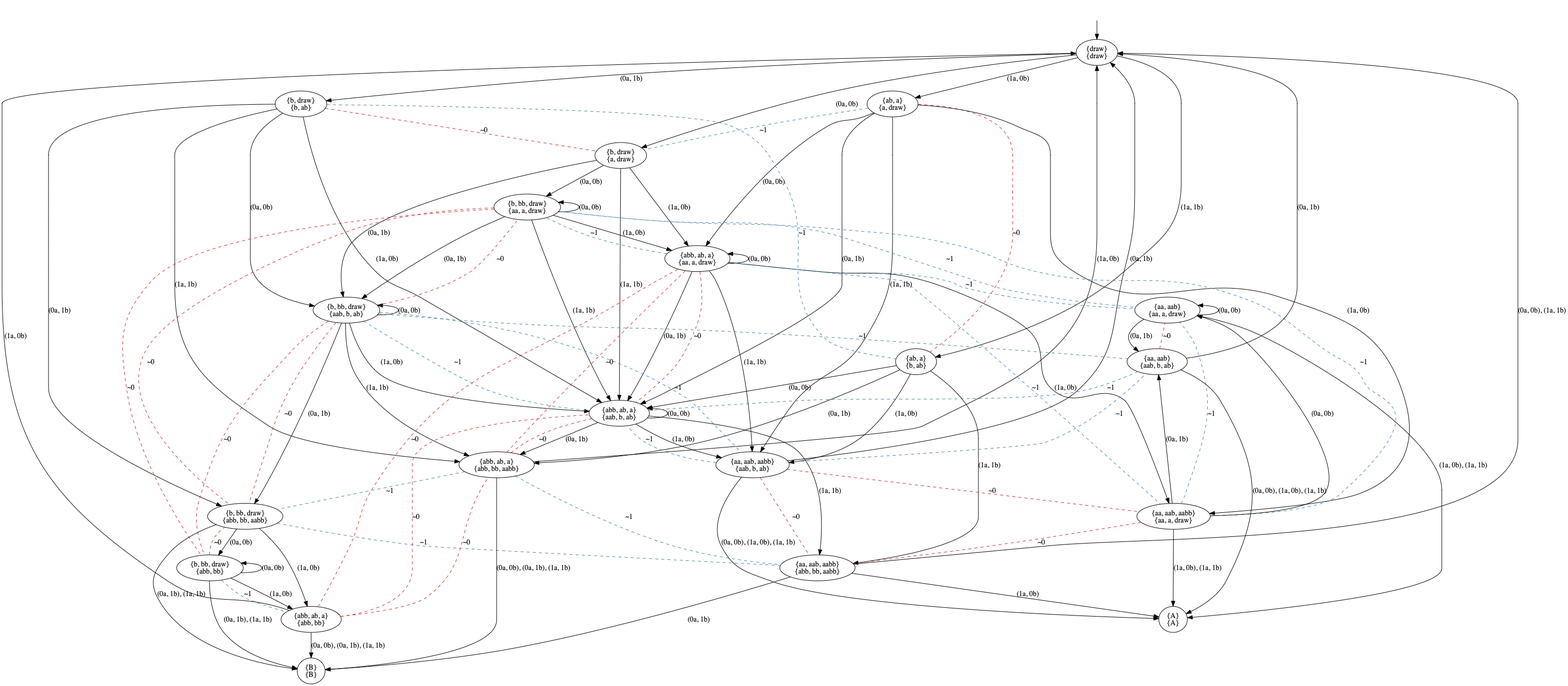
This is pictures/GK.png from olandr/mkbsc, a Graphviz export, as it was before one commit. Its source is kept beside it as pictures/GK.dot.
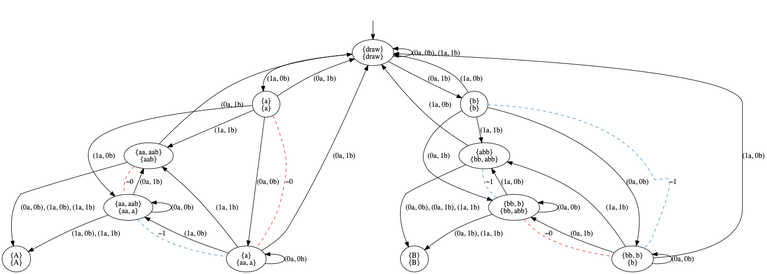
The same file after the commit.

What changed in the source:
```diff
@@ -3,121 +3,52 @@
 nodesep=0.5;
 ranksep=0.5;
 splines=True;
-4498265256 [label="{draw}\n{draw}"];
-4498265312 [label="{b, draw}\n{a, draw}"];
-4498264752 [label="{ab, a}\n{a, draw}"];
-4498265984 [label="{b, draw}\n{b, ab}"];
-4498266488 [label="{ab, a}\n{b, ab}"];
-4498214984 [label="{b, bb, draw}\n{aa, a, draw}"];
-4498215208 [label="{abb, ab, a}\n{aa, a, draw}"];
-4498215432 [label="{b, bb, draw}\n{aab, b, ab}"];
-4498215656 [label="{abb, ab, a}\n{aab, b, ab}"];
-4498215992 [label="{aa, aab, aabb}\n{aa, a, draw}"];
-4498216328 [label="{aa, aab, aabb}\n{aab, b, ab}"];
-4498216776 [label="{b, bb, draw}\n{abb, bb, aabb}"];
-4498217000 [label="{abb, ab, a}\n{abb, bb, aabb}"];
-4498217560 [label="{aa, aab, aabb}\n{abb, bb, aabb}"];
-4498372256 [label="{aa, aab}\n{aa, a, draw}"];
-4498372368 [label="{A}\n{A}"];
-4498372480 [label="{aa, aab}\n{aab, b, ab}"];
-4498372872 [label="{b, bb, draw}\n{abb, bb}"];
-4498372984 [label="{abb, ab, a}\n{abb, bb}"];
-4498373096 [label="{B}\n{B}"];
+4613337832 [label="{draw}\n{draw}"];
+4613338000 [label="{a}\n{a}"];
+4613337384 [label="{b}\n{b}"];
+4613338448 [label="{a}\n{aa, a}"];
+4613339288 [label="{aa, aab}\n{aa, a}"];
+4613394560 [label="{aa, aab}\n{aab}"];
+4613394784 [label="{bb, b}\n{b}"];
+4613395120 [label="{bb, b}\n{bb, abb}"];
+4613395344 [label="{abb}\n{bb, abb}"];
+4613396128 [label="{A}\n{A}"];
+4613418456 [label="{B}\n{B}"];
 hidden [label="", shape=none];
-4498265256 -> 4498265312  [action="('0a', '0b')", key="('0a', '0b')", label="(0a, 0b)"];
-4498265256 -> 4498264752  [action="('1a', '0b')", key="('1a', '0b')", label="(1a, 0b)"];
-4498265256 -> 4498265984  [action="('0a', '1b')", key="('0a', '1b')", label="(0a, 1b)"];
-4498265256 -> 4498266488  [action="('1a', '1b')", key="('1a', '1b')", label="(1a, 1b)"];
-4498265312 -> 4498214984  [action="('0a', '0b')", key="('0a', '0b')", label="(0a, 0b)"];
-4498265312 -> 4498215208  [action="('1a', '0b')", key="('1a', '0b')", label="(1a, 0b)"];
-4498265312 -> 4498215432  [action="('0a', '1b')", key="('0a', '1b')", label="(0a, 1b)"];
-4498265312 -> 4498215656  [action="('1a', '1b')", key="('1a', '1b')", label="(1a, 1b)"];
-4498264752 -> 4498215208  [action="('0a', '0b')", key="('0a', '0b')", label="(0a, 0b)"];
-4498264752 -> 4498215992  [action="('1a', '0b')", key="('1a', '0b')", label="(1a, 0b)"];
-4498264752 -> 4498215656  [action="('0a', '1b')", key="('0a', '1b')", label="(0a, 1b)"];
-4498264752 -> 4498216328  [action="('1a', '1b')", key="('1a', '1b')", label="(1a, 1b)"];
-4498264752 -> 4498266488  [arrowhead=none, color=1, colorscheme=set19, constraint=True, key=0, label="~0", style=dashed];
-4498264752 -> 4498265312  [arrowhead=none, color=2, colorscheme=set19, constraint=True, key=0, label="~1", style=dashed];
-4498265984 -> 4498215432  [action="('0a', '0b')", key="('0a', '0b')", label="(0a, 0b)"];
-4498265984 -> 4498215656  [action="('1a', '0b')", key="('1a', '0b')", label="(1a, 0b)"];
-4498265984 -> 4498216776  [action="('0a', '1b')", key="('0a', '1b')", label="(0a, 1b)"];
-4498265984 -> 4498217000  [action="('1a', '1b')", key="('1a', '1b')", label="(1a, 1b)"];
-4498265984 -> 4498265312  [arrowhead=none, color=1, colorscheme=set19, constraint=True, key=0, label="~0", style=dashed];
-4498265984 -> 4498266488  [arrowhead=none, color=2, colorscheme=set19, constraint=True, key=0, label="~1", style=dashed];
-4498266488 -> 4498215656  [action="('0a', '0b')", key="('0a', '0b')", label="(0a, 0b)"];
-4498266488 -> 4498216328  [action="('1a', '0b')", key="('1a', '0b')", label="(1a, 0b)"];
-4498266488 -> 4498217000  [action="('0a', '1b')", key="('0a', '1b')", label="(0a, 1b)"];
-4498266488 -> 4498217560  [action="('1a', '1b')", key="('1a', '1b')", label="(1a, 1b)"];
-4498214984 -> 4498214984  [action="('0a', '0b')", dir=back, key="('0a', '0b')", label="(0a, 0b)"];
-4498214984 -> 4498215208  [action="('1a', '0b')", key="('1a', '0b')", label="(1a, 0b)"];
-4498214984 -> 4498215432  [action="('0a', '1b')", key="('0a', '1b')", label="(0a, 1b)"];
-4498214984 -> 4498215656  [action="('1a', '1b')", key="('1a', '1b')", label="(1a, 1b)"];
-4498214984 -> 4498372872  [arrowhead=none, color=1, colorscheme=set19, constraint=True, key=0, label="~0", style=dashed];
-4498214984 -> 4498216776  [arrowhead=none, color=1, colorscheme=set19, constraint=True, key=0, label="~0", style=dashed];
-4498214984 -> 4498372256  [arrowhead=none, color=2, colorscheme=set19, constraint=True, key=0, label="~1", style=dashed];
-4498215208 -> 4498215208  [action="('0a', '0b')", dir=back, key="('0a', '0b')", label="(0a, 0b)"];
-4498215208 -> 4498215992  [action="('1a', '0b')", key="('1a', '0b')", label="(1a, 0b)"];
-4498215208 -> 4498215992  [arrowhead=none, color=2, colorscheme=set19, constraint=True, key=1, label="~1", style=dashed];
-4498215208 -> 4498215656  [action="('0a', '1b')", key="('0a', '1b')", label="(0a, 1b)"];
-4498215208 -> 4498215656  [arrowhead=none, color=1, colorscheme=set19, constraint=True, key=1, label="~0", style=dashed];
-4498215208 -> 4498216328  [action="('1a', '1b')", key="('1a', '1b')", label="(1a, 1b)"];
-4498215208 -> 4498217000  [arrowhead=none, color=1, colorscheme=set19, constraint=True, key=0, label="~0", style=dashed];
-4498215208 -> 4498214984  [arrowhead=none, color=2, colorscheme=set19, constraint=True, key=0, label="~1", style=dashed];
-4498215208 -> 4498372256  [arrowhead=none, color=2, colorscheme=set19, constraint=True, key=0, label="~1", style=dashed];
-4498215432 -> 4498215432  [action="('0a', '0b')", dir=back, key="('0a', '0b')", label="(0a, 0b)"];
-4498215432 -> 4498215656  [action="('1a', '0b')", key="('1a', '0b')", label="(1a, 0b)"];
-4498215432 -> 4498215656  [arrowhead=none, color=2, colorscheme=set19, constraint=True, key=1, label="~1", style=dashed];
-4498215432 -> 4498216776  [action="('0a', '1b')", key="('0a', '1b')", label="(0a, 1b)"];
-4498215432 -> 4498216776  [arrowhead=none, color=1, colorscheme=set19, constraint=True, key=1, label="~0", style=dashed];
-4498215432 -> 4498217000  [action="('1a', '1b')", key="('1a', '1b')", label="(1a, 1b)"];
-4498215432 -> 4498214984  [arrowhead=none, color=1, colorscheme=set19, constraint=True, key=0, label="~0", style=dashed];
-4498215432 -> 4498372872  [arrowhead=none, color=1, colorscheme=set19, constraint=True, key=0, label="~0", style=dashed];
-4498215432 -> 4498216328  [arrowhead=none, color=2, colorscheme=set19, constraint=True, key=0, label="~1", style=dashed];
-4498215432 -> 4498372480  [arrowhead=none, color=2, colorscheme=set19, constraint=True, key=0, label="~1", style=dashed];
-4498215656 -> 4498215656  [action="('0a', '0b')", dir=back, key="('0a', '0b')", label="(0a, 0b)"];
-4498215656 -> 4498216328  [action="('1a', '0b')", key="('1a', '0b')", label="(1a, 0b)"];
-4498215656 -> 4498217000  [action="('0a', '1b')", key="('0a', '1b')", label="(0a, 1b)"];
-4498215656 -> 4498217000  [arrowhead=none, color=1, colorscheme=set19, constraint=True, key=1, label="~0", style=dashed];
-4498215656 -> 4498217560  [action="('1a', '1b')", key="('1a', '1b')", label="(1a, 1b)"];
-4498215992 -> 4498372256  [action="('0a', '0b')", key="('0a', '0b')", label="(0a, 0b)"];
-4498215992 -> 4498372256  [arrowhead=none, color=2, colorscheme=set19, constraint=True, key=1, label="~1", style=dashed];
-4498215992 -> 4498372480  [action="('0a', '1b')", key="('0a', '1b')", label="(0a, 1b)"];
-4498215992 -> 4498372368  [action="(('1a', '0b'), ('1a', '1b'))", key="(('1a', '0b'), ('1a', '1b'))", label="(1a, 0b), (1a, 1b)"];
-4498215992 -> 4498217560  [arrowhead=none, color=1, colorscheme=set19, constraint=True, key=0, label="~0", style=dashed];
-4498215992 -> 4498214984  [arrowhead=none, color=2, colorscheme=set19, constraint=True, key=0, label="~1", style=dashed];
-4498216328 -> 4498265256  [action="('0a', '1b')", key="('0a', '1b')", label="(0a, 1b)"];
-4498216328 -> 4498372368  [action="(('0a', '0b'), ('1a', '0b'), ('1a', '1b'))", key="(('0a', '0b'), ('1a', '0b'), ('1a', '1b'))", label="(0a, 0b), (1a, 0b), (1a, 1b)"];
-4498216328 -> 4498215992  [arrowhead=none, color=1, colorscheme=set19, constraint=True, key=0, label="~0", style=dashed];
-4498216328 -> 4498217560  [arrowhead=none, color=1, colorscheme=set19, constraint=True, key=0, label="~0", style=dashed];
-4498216328 -> 4498372480  [arrowhead=none, color=2, colorscheme=set19, constraint=True, key=0, label="~1", style=dashed];
-4498216328 -> 4498215656  [arrowhead=none, color=2, colorscheme=set19, constraint=True, key=0, label="~1", style=dashed];
-4498216776 -> 4498372872  [action="('0a', '0b')", key="('0a', '0b')", label="(0a, 0b)"];
-4498216776 -> 4498372984  [action="('1a', '0b')", key="('1a', '0b')", label="(1a, 0b)"];
-4498216776 -> 4498373096  [action="(('0a', '1b'), ('1a', '1b'))", key="(('0a', '1b'), ('1a', '1b'))", label="(0a, 1b), (1a, 1b)"];
-4498216776 -> 4498217560  [arrowhead=none, color=2, colorscheme=set19, constraint=True, key=0, label="~1", style=dashed];
-4498217000 -> 4498265256  [action="('1a', '0b')", key="('1a', '0b')", label="(1a, 0b)"];
-4498217000 -> 4498373096  [action="(('0a', '0b'), ('0a', '1b'), ('1a', '1b'))", key="(('0a', '0b'), ('0a', '1b'), ('1a', '1b'))", label="(0a, 0b), (0a, 1b), (1a, 1b)"];
-4498217000 -> 4498216776  [arrowhead=none, color=2, colorscheme=set19, constraint=True, key=0, label="~1", style=dashed];
-4498217000 -> 4498217560  [arrowhead=none, color=2, colorscheme=set19, constraint=True, key=0, label="~1", style=dashed];
-4498217560 -> 4498372368  [action="('1a', '0b')", key="('1a', '0b')", label="(1a, 0b)"];
-4498217560 -> 4498373096  [action="('0a', '1b')", key="('0a', '1b')", label="(0a, 1b)"];
-4498217560 -> 4498265256  [action="(('0a', '0b'), ('1a', '1b'))", key="(('0a', '0b'), ('1a', '1b'))", label="(0a, 0b), (1a, 1b)"];
-4498372256 -> 4498372256  [action="('0a', '0b')", dir=back, key="('0a', '0b')", label="(0a, 0b)"];
-4498372256 -> 4498372480  [action="('0a', '1b')", key="('0a', '1b')", label="(0a, 1b)"];
-4498372256 -> 4498372368  [action="(('1a', '0b'), ('1a', '1b'))", key="(('1a', '0b'), ('1a', '1b'))", label="(1a, 0b), (1a, 1b)"];
-4498372480 -> 4498265256  [action="('0a', '1b')", key="('0a', '1b')", label="(0a, 1b)"];
-4498372480 -> 4498372368  [action="(('0a', '0b'), ('1a', '0b'), ('1a', '1b'))", key="(('0a', '0b'), ('1a', '0b'), ('1a', '1b'))", label="(0a, 0b), (1a, 0b), (1a, 1b)"];
-4498372480 -> 4498372256  [arrowhead=none, color=1, colorscheme=set19, constraint=True, key=0, label="~0", style=dashed];
-4498372480 -> 4498215656  [arrowhead=none, color=2, colorscheme=set19, constraint=True, key=0, label="~1", style=dashed];
-4498372872 -> 4498372872  [action="('0a', '0b')", dir=back, key="('0a', '0b')", label="(0a, 0b)"];
-4498372872 -> 4498372984  [action="('1a', '0b')", key="('1a', '0b')", label="(1a, 0b)"];
-4498372872 -> 4498372984  [arrowhead=none, color=2, colorscheme=set19, constraint=True, key=1, label="~1", style=dashed];
-4498372872 -> 4498373096  [action="(('0a', '1b'), ('1a', '1b'))", key="(('0a', '1b'), ('1a', '1b'))", label="(0a, 1b), (1a, 1b)"];
-4498372872 -> 4498216776  [arrowhead=none, color=1, colorscheme=set19, constraint=True, key=0, label="~0", style=dashed];
-4498372984 -> 4498265256  [action="('1a', '0b')", key="('1a', '0b')", label="(1a, 0b)"];
-4498372984 -> 4498373096  [action="(('0a', '0b'), ('0a', '1b'), ('1a', '1b'))", key="(('0a', '0b'), ('0a', '1b'), ('1a', '1b'))", label="(0a, 0b), (0a, 1b), (1a, 1b)"];
-4498372984 -> 4498215208  [arrowhead=none, color=1, colorscheme=set19, constraint=True, key=0, label="~0", style=dashed];
-4498372984 -> 4498215656  [arrowhead=none, color=1, colorscheme=set19, constraint=True, key=0, label="~0", style=dashed];
-4498372984 -> 4498217000  [arrowhead=none, color=1, colorscheme=set19, constraint=True, key=0, label="~0", style=dashed];
-hidden -> 4498265256  [key=0];
+4613337832 -> 4613338000  [action="('1a', '0b')", key="('1a', '0b')", label="(1a, 0b)"];
+4613337832 -> 4613337384  [action="('0a', '1b')", key="('0a', '1b')", label="(0a, 1b)"];
+4613337832 -> 4613337832  [action="(('0a', '0b'), ('1a', '1b'))", dir=back, key="(('0a', '0b'), ('1a', '1b'))", label="(0a, 0b), (1a, 1b)"];
+4613338000 -> 4613338448  [action="('0a', '0b')", key="('0a', '0b')", label="(0a, 0b)"];
+4613338000 -> 4613338448  [arrowhead=none, color=1, colorscheme=set19, constraint=True, key=1, label="~0", style=dashed];
+4613338000 -> 4613339288  [action="('1a', '0b')", key="('1a', '0b')", label="(1a, 0b)"];
+4613338000 -> 4613337832  [action="('0a', '1b')", key="('0a', '1b')", label="(0a, 1b)"];
+4613338000 -> 4613394560  [action="('1a', '1b')", key="('1a', '1b')", label="(1a, 1b)"];
+4613337384 -> 4613394784  [action="('0a', '0b')", key="('0a', '0b')", label="(0a, 0b)"];
+4613337384 -> 4613394784  [arrowhead=none, color=2, colorscheme=set19, constraint=True, key=1, label="~1", style=dashed];
+4613337384 -> 4613337832  [action="('1a', '0b')", key="('1a', '0b')", label="(1a, 0b)"];
+4613337384 -> 4613395120  [action="('0a', '1b')", key="('0a', '1b')", label="(0a, 1b)"];
+4613337384 -> 4613395344  [action="('1a', '1b')", key="('1a', '1b')", label="(1a, 1b)"];
+4613338448 -> 4613338448  [action="('0a', '0b')", dir=back, key="('0a', '0b')", label="(0a, 0b)"];
+4613338448 -> 4613339288  [action="('1a', '0b')", key="('1a', '0b')", label="(1a, 0b)"];
+4613338448 -> 4613337832  [action="('0a', '1b')", key="('0a', '1b')", label="(0a, 1b)"];
+4613338448 -> 4613394560  [action="('1a', '1b')", key="('1a', '1b')", label="(1a, 1b)"];
+4613339288 -> 4613339288  [action="('0a', '0b')", dir=back, key="('0a', '0b')", label="(0a, 0b)"];
+4613339288 -> 4613394560  [action="('0a', '1b')", key="('0a', '1b')", label="(0a, 1b)"];
+4613339288 -> 4613396128  [action="(('1a', '0b'), ('1a', '1b'))", key="(('1a', '0b'), ('1a', '1b'))", label="(1a, 0b), (1a, 1b)"];
+4613339288 -> 4613338448  [arrowhead=none, color=2, colorscheme=set19, constraint=True, key=0, label="~1", style=dashed];
+4613394560 -> 4613337832  [action="('0a', '1b')", key="('0a', '1b')", label="(0a, 1b)"];
+4613394560 -> 4613396128  [action="(('0a', '0b'), ('1a', '0b'), ('1a', '1b'))", key="(('0a', '0b'), ('1a', '0b'), ('1a', '1b'))", label="(0a, 0b), (1a, 0b), (1a, 1b)"];
+4613394560 -> 4613339288  [arrowhead=none, color=1, colorscheme=set19, constraint=True, key=0, label="~0", style=dashed];
+4613394784 -> 4613394784  [action="('0a', '0b')", dir=back, key="('0a', '0b')", label="(0a, 0b)"];
+4613394784 -> 4613337832  [action="('1a', '0b')", key="('1a', '0b')", label="(1a, 0b)"];
+4613394784 -> 4613395120  [action="('0a', '1b')", key="('0a', '1b')", label="(0a, 1b)"];
+4613394784 -> 4613395344  [action="('1a', '1b')", key="('1a', '1b')", label="(1a, 1b)"];
+4613395120 -> 4613395120  [action="('0a', '0b')", dir=back, key="('0a', '0b')", label="(0a, 0b)"];
+4613395120 -> 4613395344  [action="('1a', '0b')", key="('1a', '0b')", label="(1a, 0b)"];
+4613395120 -> 4613418456  [action="(('0a', '1b'), ('1a', '1b'))", key="(('0a', '1b'), ('1a', '1b'))", label="(0a, 1b), (1a, 1b)"];
+4613395120 -> 4613394784  [arrowhead=none, color=1, colorscheme=set19, constraint=True, key=0, label="~0", style=dashed];
+4613395344 -> 4613337832  [action="('1a', '0b')", key="('1a', '0b')", label="(1a, 0b)"];
+4613395344 -> 4613418456  [action="(('0a', '0b'), ('0a', '1b'), ('1a', '1b'))", key="(('0a', '0b'), ('0a', '1b'), ('1a', '1b'))", label="(0a, 0b), (0a, 1b), (1a, 1b)"];
+4613395344 -> 4613395120  [arrowhead=none, color=2, colorscheme=set19, constraint=True, key=0, label="~1", style=dashed];
+hidden -> 4613337832  [key=0];
 }
```
